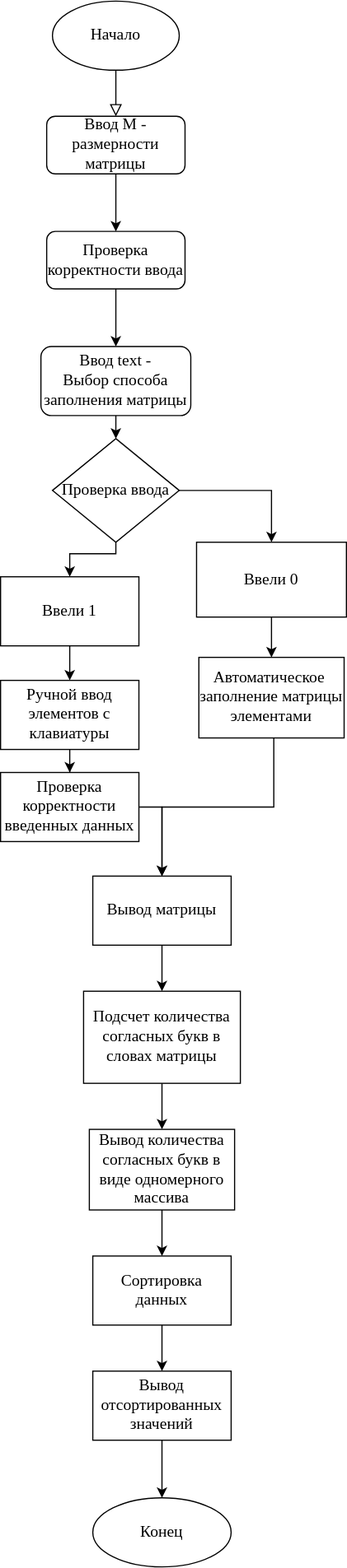
The draw.io diagram практика/инфа/12/diagrams_main.drawio.svg in TimmmofeyD/lessons, before a commit. Source tidied: cells renumbered, new cells last; positions are measured from the earlier drawing's top-left corner, leaving out a move shared by most shapes.
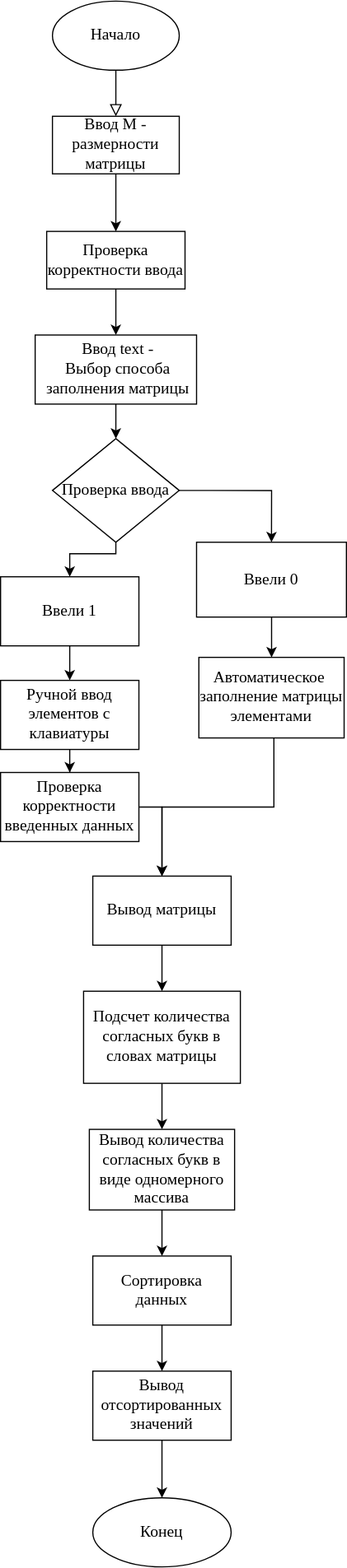
After the change.

Change to the diagram source:
```diff
@@ -2,8 +2,13 @@
   <root>
     <mxCell id="0" />
     <mxCell id="1" parent="0" />
+    <mxCell id="38" style="rounded=0;whiteSpace=wrap;html=1;" parent="1" vertex="1">
+      <mxGeometry x="40" y="200" width="120" height="50" as="geometry" />
+    </mxCell>
-    <mxCell id="2" style="rounded=0;html=1;jettySize=auto;fontSize=11;endArrow=block;endFill=0;endSize=8;strokeWidth=1;shadow=0;labelBackgroundColor=none;edgeStyle=orthogonalEdgeStyle;exitX=0.5;exitY=1;exitDx=0;exitDy=0;entryX=0.5;entryY=0;entryDx=0;entryDy=0;" parent="1" edge="1" source="3" target="5">
-      <mxGeometry relative="1" as="geometry" />
+    <mxCell id="2" style="rounded=0;html=1;jettySize=auto;fontSize=11;endArrow=block;endFill=0;endSize=8;strokeWidth=1;shadow=0;labelBackgroundColor=none;edgeStyle=orthogonalEdgeStyle;exitX=0.5;exitY=1;exitDx=0;exitDy=0;entryX=0.5;entryY=0;entryDx=0;entryDy=0;" parent="1" edge="1" source="3">
+      <mxGeometry relative="1" as="geometry">
+        <mxPoint x="100" y="100" as="targetPoint" />
+      </mxGeometry>
     </mxCell>
     <mxCell id="3" style="ellipse;whiteSpace=wrap;html=1;" parent="1" vertex="1">
       <mxGeometry x="45" width="110" height="60" as="geometry" />
@@ -11,19 +16,12 @@
     <mxCell id="4" value="Начало" style="text;html=1;strokeColor=none;fillColor=none;align=center;verticalAlign=middle;whiteSpace=wrap;rounded=0;fontFamily=Times New Roman;fontSize=14;" parent="1" vertex="1">
       <mxGeometry x="70" y="15" width="60" height="30" as="geometry" />
     </mxCell>
-    <mxCell id="5" style="rounded=1;whiteSpace=wrap;html=1;fontFamily=Times New Roman;fontSize=14;" parent="1" vertex="1">
-      <mxGeometry x="40" y="100" width="120" height="50" as="geometry" />
-    </mxCell>
-    <mxCell id="6" style="edgeStyle=orthogonalEdgeStyle;rounded=0;jettySize=auto;html=1;entryX=0.5;entryY=0;entryDx=0;entryDy=0;fontFamily=Times New Roman;fontSize=14;" parent="1" edge="1" source="7" target="8">
-      <mxGeometry relative="1" as="geometry" />
+    <mxCell id="6" style="edgeStyle=orthogonalEdgeStyle;rounded=0;jettySize=auto;html=1;entryX=0.5;entryY=0;entryDx=0;entryDy=0;fontFamily=Times New Roman;fontSize=14;" parent="1" edge="1" source="7">
+      <mxGeometry relative="1" as="geometry">
+        <mxPoint x="100" y="200" as="targetPoint" />
+      </mxGeometry>
     </mxCell>
-    <mxCell id="7" value="Ввод M - размерности матрицы" style="text;html=1;strokeColor=none;fillColor=none;align=center;verticalAlign=middle;whiteSpace=wrap;rounded=0;fontFamily=Times New Roman;fontSize=14;" parent="1" vertex="1">
-      <mxGeometry x="40" y="100" width="120" height="50" as="geometry" />
-    </mxCell>
-    <mxCell id="8" style="rounded=1;whiteSpace=wrap;html=1;fontFamily=Times New Roman;fontSize=14;" parent="1" vertex="1">
-      <mxGeometry x="40" y="200" width="120" height="50" as="geometry" />
-    </mxCell>
-    <mxCell id="9" style="edgeStyle=orthogonalEdgeStyle;rounded=0;jettySize=auto;html=1;entryX=0.5;entryY=0;entryDx=0;entryDy=0;fontFamily=Times New Roman;fontSize=14;" parent="1" edge="1" target="12">
+    <mxCell id="9" style="edgeStyle=orthogonalEdgeStyle;rounded=0;jettySize=auto;html=1;entryX=0.5;entryY=0;entryDx=0;entryDy=0;fontFamily=Times New Roman;fontSize=14;" parent="1" edge="1" target="40">
       <mxGeometry relative="1" as="geometry">
         <mxPoint x="100" y="250" as="sourcePoint" />
       </mxGeometry>
@@ -31,15 +29,6 @@
     <mxCell id="10" value="Проверка корректности ввода" style="text;html=1;strokeColor=none;fillColor=none;align=center;verticalAlign=middle;whiteSpace=wrap;rounded=0;fontFamily=Times New Roman;fontSize=14;" parent="1" vertex="1">
       <mxGeometry x="40" y="200" width="120" height="50" as="geometry" />
     </mxCell>
-    <mxCell id="11" style="edgeStyle=orthogonalEdgeStyle;rounded=0;jettySize=auto;html=1;exitX=0.5;exitY=1;exitDx=0;exitDy=0;entryX=0.5;entryY=0;entryDx=0;entryDy=0;fontFamily=Times New Roman;fontSize=14;" parent="1" edge="1" source="12" target="37">
-      <mxGeometry relative="1" as="geometry" />
-    </mxCell>
-    <mxCell id="12" style="rounded=1;whiteSpace=wrap;html=1;fontFamily=Times New Roman;fontSize=14;" parent="1" vertex="1">
-      <mxGeometry x="35" y="300" width="130" height="60" as="geometry" />
-    </mxCell>
-    <mxCell id="13" value="Ввод text -&lt;br&gt;Выбор способа заполнения матрицы" style="text;html=1;strokeColor=none;fillColor=none;align=center;verticalAlign=middle;whiteSpace=wrap;rounded=0;fontFamily=Times New Roman;fontSize=14;" parent="1" vertex="1">
-      <mxGeometry x="30" y="295" width="140" height="70" as="geometry" />
-    </mxCell>
     <mxCell id="14" style="edgeStyle=orthogonalEdgeStyle;rounded=0;jettySize=auto;html=1;fontFamily=Times New Roman;fontSize=14;exitX=1;exitY=0.5;exitDx=0;exitDy=0;entryX=0.5;entryY=0;entryDx=0;entryDy=0;" parent="1" edge="1" source="37" target="17">
       <mxGeometry relative="1" as="geometry" />
     </mxCell>
@@ -122,5 +111,20 @@
     <mxCell id="37" value="&lt;font style=&quot;font-size: 14px;&quot; face=&quot;Times New Roman&quot;&gt;Проверка ввода&lt;/font&gt;" style="rhombus;whiteSpace=wrap;html=1;" parent="1" vertex="1">
       <mxGeometry x="45" y="380" width="110" height="90" as="geometry" />
     </mxCell>
+    <mxCell id="39" style="edgeStyle=orthogonalEdgeStyle;rounded=0;jettySize=auto;html=1;" parent="1" edge="1" source="40" target="37">
+      <mxGeometry relative="1" as="geometry" />
+    </mxCell>
+    <mxCell id="40" style="rounded=0;whiteSpace=wrap;html=1;" parent="1" vertex="1">
+      <mxGeometry x="30" y="290" width="140" height="60" as="geometry" />
+    </mxCell>
+    <mxCell id="13" value="Ввод text -&lt;br&gt;Выбор способа заполнения матрицы" style="text;html=1;strokeColor=none;fillColor=none;align=center;verticalAlign=middle;whiteSpace=wrap;rounded=0;fontFamily=Times New Roman;fontSize=14;" parent="1" vertex="1">
+      <mxGeometry x="32" y="285" width="140" height="70" as="geometry" />
+    </mxCell>
+    <mxCell id="41" style="rounded=0;whiteSpace=wrap;html=1;" parent="1" vertex="1">
+      <mxGeometry x="45" y="100" width="110" height="50" as="geometry" />
+    </mxCell>
+    <mxCell id="7" value="Ввод M - размерности матрицы" style="text;html=1;strokeColor=none;fillColor=none;align=center;verticalAlign=middle;whiteSpace=wrap;rounded=0;fontFamily=Times New Roman;fontSize=14;" parent="1" vertex="1">
+      <mxGeometry x="40" y="100" width="120" height="50" as="geometry" />
+    </mxCell>
   </root>
 </mxGraphModel>
```
